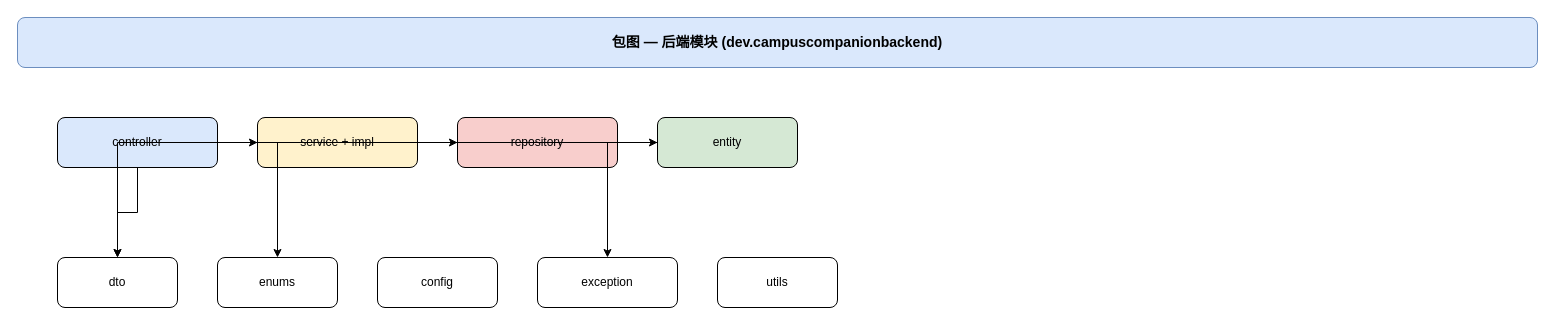
This is docs/SystemAnalysis/drawio源码/12-包图.drawio from GYC-123456789/CampusActivity, a draw.io file, before an edit. Source tidied: cells renumbered, new cells numbered last; positions are measured from the earlier drawing's top-left corner, leaving out a move shared by most shapes. Both pictures are drawn from the tidied source at 100%, with x=0, y=0 at pixel (17, 17).
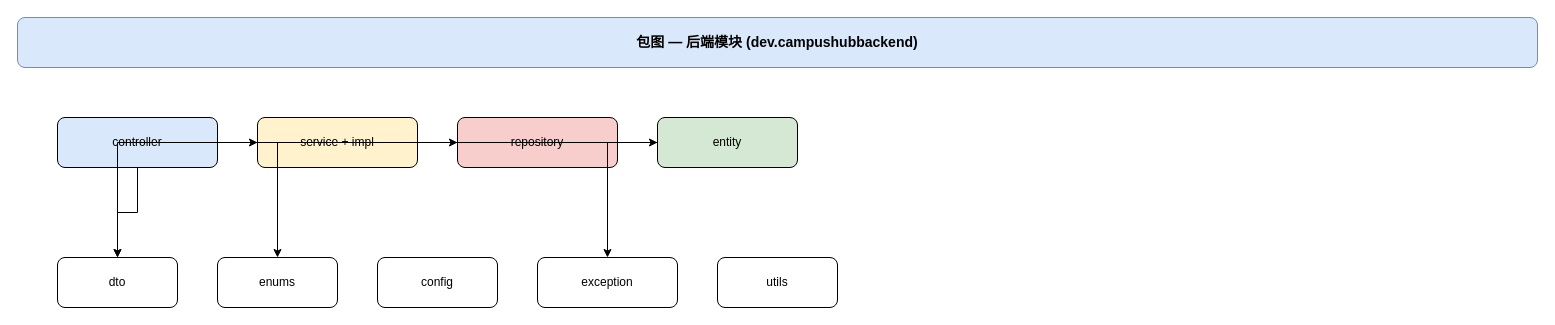
The same diagram, later.

What changed in the source:
```diff
@@
 <mxGraphModel>
   <root>
     <mxCell id="0" />
     <mxCell id="1" parent="0" />
-    <mxCell id="2" value="包图 — 后端模块 (dev.campuscompanionbackend)" style="rounded=1;whiteSpace=wrap;html=1;fillColor=#dae8fc;strokeColor=#6c8ebf;fontStyle=1;fontSize=14;" parent="1" vertex="1">
+    <mxCell id="2" value="包图 — 后端模块 (dev.campushubbackend)" style="rounded=1;whiteSpace=wrap;html=1;fillColor=#dae8fc;strokeColor=#6c8ebf;fontStyle=1;fontSize=14;" parent="1" vertex="1">
       <mxGeometry width="1520" height="50" as="geometry" />
     </mxCell>
     <mxCell id="3" value="controller" style="rounded=1;whiteSpace=wrap;html=1;fillColor=#dae8fc;" parent="1" vertex="1">
       <mxGeometry x="40" y="100" width="160" height="50" as="geometry" />
     </mxCell>
     <mxCell id="4" value="service + impl" style="rounded=1;whiteSpace=wrap;html=1;fillColor=#fff2cc;" parent="1" vertex="1">
       <mxGeometry x="240" y="100" width="160" height="50" as="geometry" />
     </mxCell>
     <mxCell id="5" value="repository" style="rounded=1;whiteSpace=wrap;html=1;fillColor=#f8cecc;" parent="1" vertex="1">
       <mxGeometry x="440" y="100" width="160" height="50" as="geometry" />
     </mxCell>
     <mxCell id="6" value="entity" style="rounded=1;whiteSpace=wrap;html=1;fillColor=#d5e8d4;" parent="1" vertex="1">
       <mxGeometry x="640" y="100" width="140" height="50" as="geometry" />
     </mxCell>
     <mxCell id="7" value="dto" style="rounded=1;whiteSpace=wrap;html=1;" parent="1" vertex="1">
       <mxGeometry x="40" y="240" width="120" height="50" as="geometry" />
     </mxCell>
     <mxCell id="8" value="enums" style="rounded=1;whiteSpace=wrap;html=1;" parent="1" vertex="1">
       <mxGeometry x="200" y="240" width="120" height="50" as="geometry" />
     </mxCell>
     <mxCell id="9" value="config" style="rounded=1;whiteSpace=wrap;html=1;" parent="1" vertex="1">
       <mxGeometry x="360" y="240" width="120" height="50" as="geometry" />
     </mxCell>
     <mxCell id="10" value="exception" style="rounded=1;whiteSpace=wrap;html=1;" parent="1" vertex="1">
       <mxGeometry x="520" y="240" width="140" height="50" as="geometry" />
     </mxCell>
     <mxCell id="11" value="utils" style="rounded=1;whiteSpace=wrap;html=1;" parent="1" vertex="1">
       <mxGeometry x="700" y="240" width="120" height="50" as="geometry" />
     </mxCell>
     <mxCell id="12" style="edgeStyle=orthogonalEdgeStyle;rounded=0;jettySize=auto;html=1;" parent="1" edge="1" source="3" target="4">
       <mxGeometry relative="1" as="geometry" />
     </mxCell>
     <mxCell id="13" style="edgeStyle=orthogonalEdgeStyle;rounded=0;jettySize=auto;html=1;" parent="1" edge="1" source="4" target="5">
       <mxGeometry relative="1" as="geometry" />
     </mxCell>
     <mxCell id="14" style="edgeStyle=orthogonalEdgeStyle;rounded=0;jettySize=auto;html=1;" parent="1" edge="1" source="5" target="6">
       <mxGeometry relative="1" as="geometry" />
     </mxCell>
     <mxCell id="15" style="edgeStyle=orthogonalEdgeStyle;rounded=0;jettySize=auto;html=1;" parent="1" edge="1" source="3" target="7">
       <mxGeometry relative="1" as="geometry" />
     </mxCell>
     <mxCell id="16" style="edgeStyle=orthogonalEdgeStyle;rounded=0;jettySize=auto;html=1;" parent="1" edge="1" source="6" target="8">
       <mxGeometry relative="1" as="geometry" />
     </mxCell>
     <mxCell id="17" style="edgeStyle=orthogonalEdgeStyle;rounded=0;jettySize=auto;html=1;" parent="1" edge="1" source="4" target="7">
       <mxGeometry relative="1" as="geometry" />
     </mxCell>
     <mxCell id="18" style="edgeStyle=orthogonalEdgeStyle;rounded=0;jettySize=auto;html=1;" parent="1" edge="1" source="3" target="10">
       <mxGeometry relative="1" as="geometry" />
     </mxCell>
   </root>
 </mxGraphModel>
```
